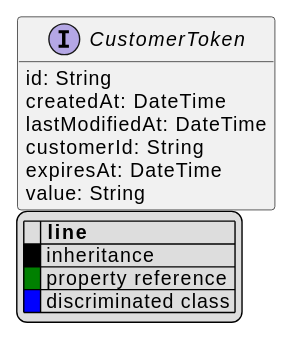
commercetools/commercetools-api-reference keeps this PlantUML diagram as uml/api/svg/CustomerToken.svg. Above is the earlier version. The source it was exported from:
```plantuml
@startuml
!pragma layout elk
hide empty fields
hide empty methods
legend
|= |= line |
|<back:black>   </back>| inheritance |
|<back:green>   </back>| property reference |
|<back:blue>   </back>| discriminated class |
endlegend
interface CustomerToken [[CustomerToken.svg]]  {
    id: String
    createdAt: DateTime
    lastModifiedAt: DateTime
    customerId: String
    expiresAt: DateTime
    value: String
}






@enduml
```
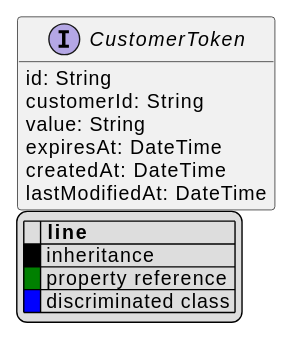
After the commit.

The edit, as a diff of the source:
```diff
@@ -10,11 +10,11 @@
 endlegend
 interface CustomerToken [[CustomerToken.svg]]  {
     id: String
+    customerId: String
+    value: String
+    expiresAt: DateTime
     createdAt: DateTime
     lastModifiedAt: DateTime
-    customerId: String
-    expiresAt: DateTime
-    value: String
 }
 
 
```
